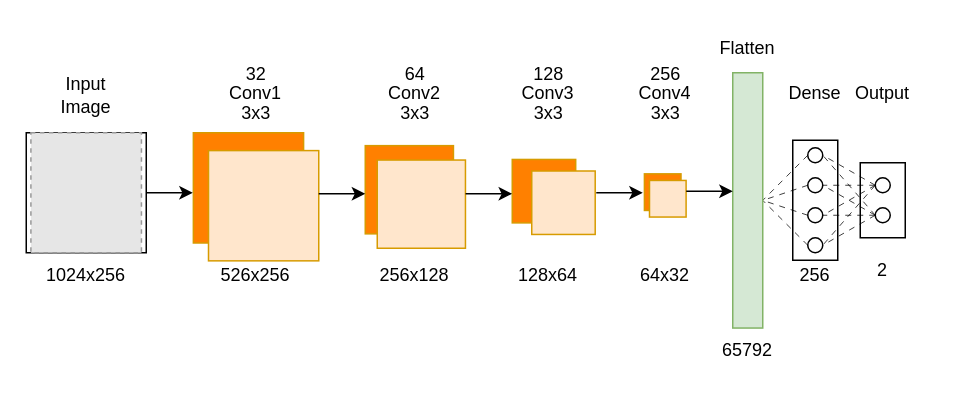
Above: figures/systemDesign/targetDetection/singleTargetSingleFrame.drawio in Mikkelnn/ESD7-Project (draw.io), before the change. Source tidied: cells renumbered, new cells numbered last; positions are measured from the earlier drawing's top-left corner, leaving out a move shared by most shapes. Both pictures are drawn from the tidied source at 150%, with x=0, y=0 at pixel (26, 26). Pictures stored in the file or linked from it are replaced by grey dashed boxes.
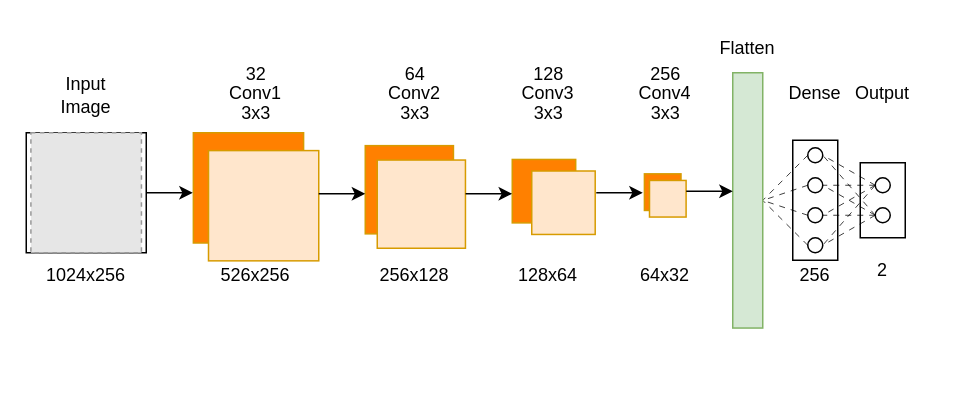
After the change.

What changed in the source:
```diff
@@
-    <mxCell id="66" value="65792" style="text;html=1;whiteSpace=wrap;strokeColor=none;fillColor=none;align=center;verticalAlign=middle;rounded=0;fontFamily=Project Font;" parent="1" vertex="1">
-      <mxGeometry x="451" y="201.2" width="60" height="30" as="geometry" />
-    </mxCell>
```
